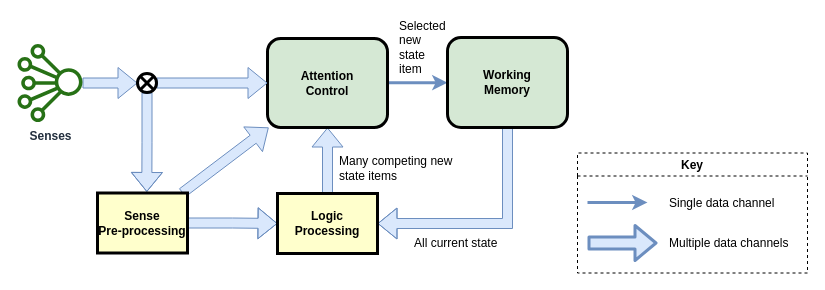
The draw.io diagram page "basic-state-machine" (1 of 3) of files/Human-mind-structure-v1.drawio in malcolmlett/malcolmlett.github.io, before the edit. Source tidied: cells renumbered, new cells numbered last; positions are measured from the earlier drawing's top-left corner, leaving out a move shared by most shapes. Both pictures are drawn from the tidied source at 100%, with x=0, y=0 at pixel (17, 17).
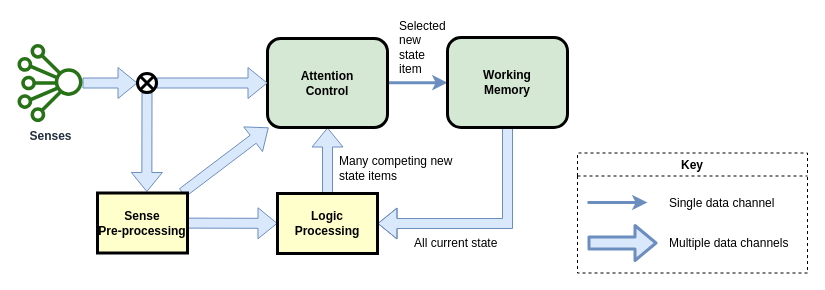
The same page after the edit.

Commit message (it also covers changes not shown here):
Added conscious feedback diagram

The change refers to these unchanged cells:
```xml
<mxCell id="11" style="shape=sumEllipse;perimeter=ellipsePerimeter;whiteSpace=wrap;html=1;backgroundOutline=1;strokeColor=#000000;strokeWidth=3;" parent="1" vertex="1">
  <mxGeometry x="120" y="56" width="19" height="19" as="geometry" />
</mxCell>
<mxCell id="19" value="Sense&#10;Pre-processing" style="whiteSpace=wrap;align=center;verticalAlign=middle;fontStyle=1;strokeWidth=3;fillColor=#FFFFCC;" parent="1" vertex="1">
  <mxGeometry x="80" y="175.5" width="90" height="60" as="geometry" />
</mxCell>
<mxCell id="20" value="Logic&#10;Processing" style="whiteSpace=wrap;align=center;verticalAlign=middle;fontStyle=1;strokeWidth=3;fillColor=#FFFFCC;" parent="1" vertex="1">
  <mxGeometry x="260" y="176" width="100" height="60" as="geometry" />
</mxCell>
```

The edit, as a diff of the source:
```diff
@@
-    <mxCell id="10" style="rounded=0;jettySize=auto;html=1;shape=flexArrow;fillColor=#dae8fc;strokeColor=#6c8ebf;entryX=0.548;entryY=-0.017;entryDx=0;entryDy=0;entryPerimeter=0;edgeStyle=orthogonalEdgeStyle;" parent="1" edge="1" source="11" target="19">
+    <mxCell id="10" style="rounded=0;jettySize=auto;html=1;shape=flexArrow;fillColor=#dae8fc;strokeColor=#6c8ebf;entryX=0.548;entryY=-0.017;entryDx=0;entryDy=0;entryPerimeter=0;" parent="1" edge="1" source="11" target="19">
       <mxGeometry relative="1" as="geometry" />
     </mxCell>
@@
-    <mxCell id="12" style="edgeStyle=orthogonalEdgeStyle;rounded=0;jettySize=auto;html=1;shape=flexArrow;fillColor=#dae8fc;strokeColor=#6c8ebf;" parent="1" edge="1" source="19" target="20">
+    <mxCell id="12" style="rounded=0;jettySize=auto;html=1;shape=flexArrow;fillColor=#dae8fc;strokeColor=#6c8ebf;" parent="1" edge="1" source="19" target="20">
       <mxGeometry relative="1" as="geometry" />
     </mxCell>
```
